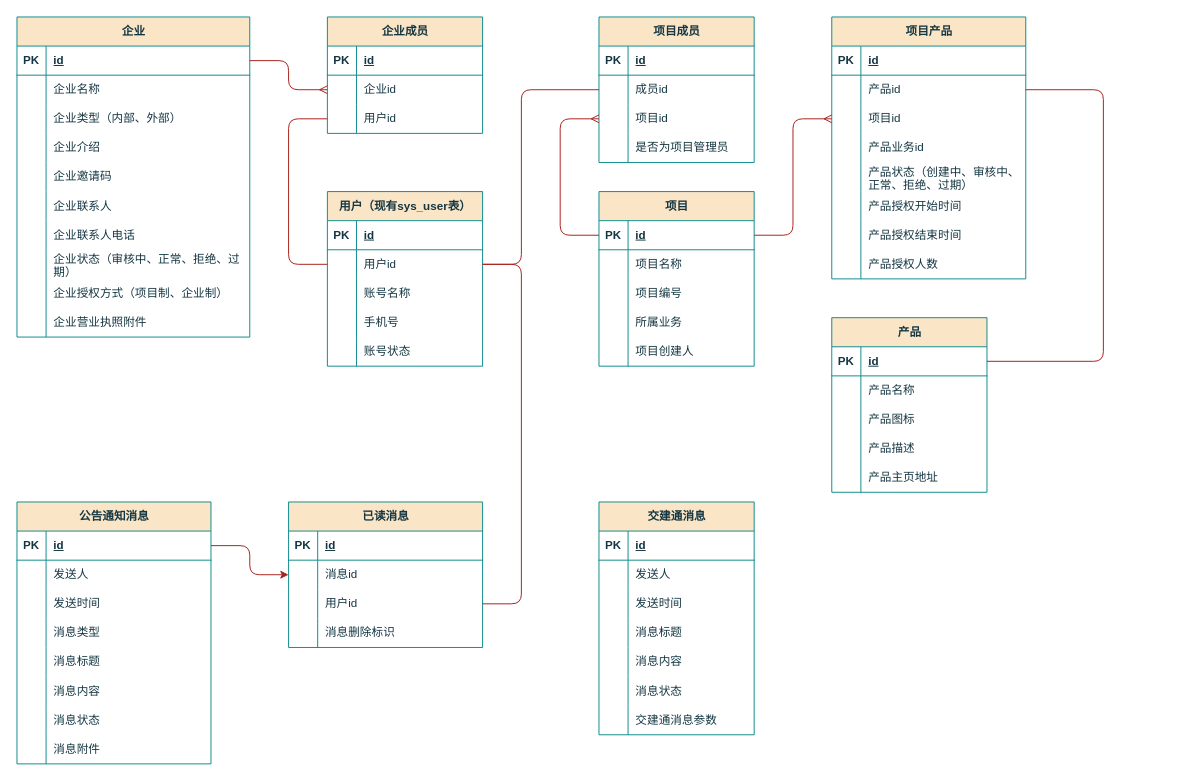
Above: page "E-R图" (1 of 3) of others/产品中心.drawio in Qunz/drawio (draw.io), before the change. Source tidied: cells renumbered, new cells numbered last; positions are measured from the earlier drawing's top-left corner, leaving out a move shared by most shapes. Both pictures are drawn from the tidied source at 97%, with x=0, y=0 at pixel (16, 16).
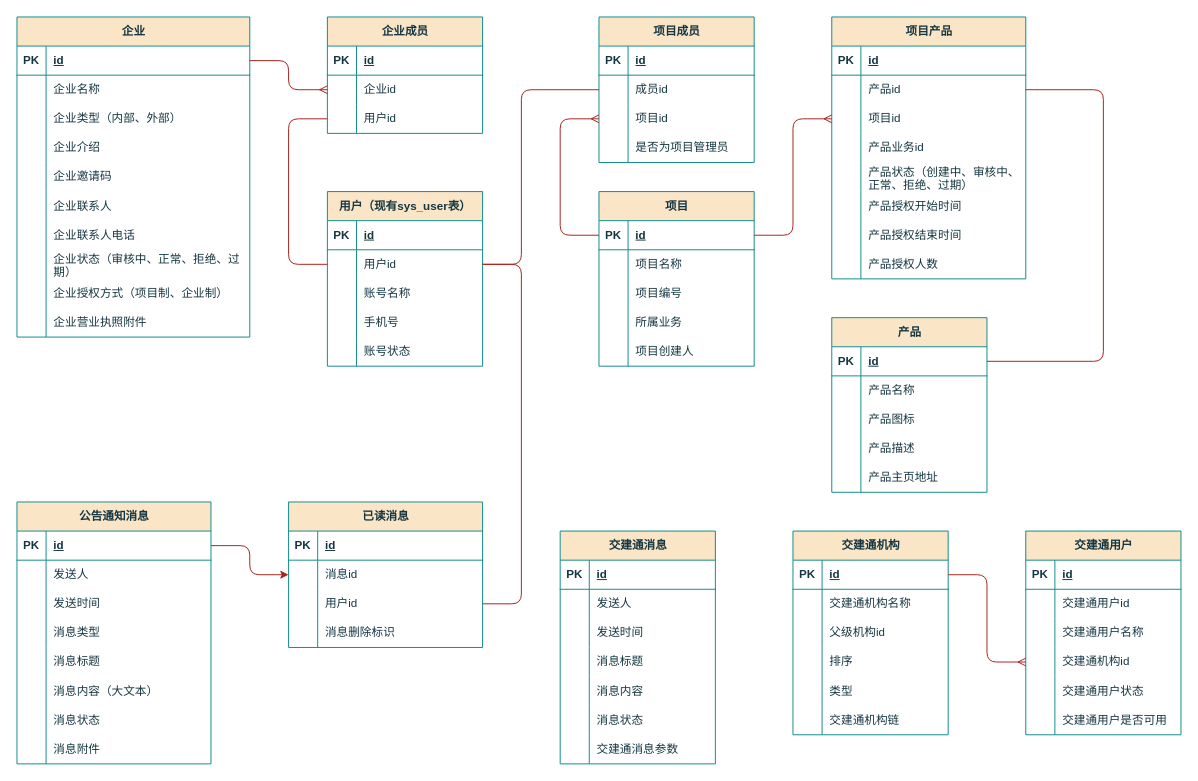
The same page after the edit.

Commit message:
更新产品中心.drawio

The change refers to these unchanged cells:
```xml
<mxCell id="103" style="shape=tableRow;horizontal=0;startSize=0;swimlaneHead=0;swimlaneBody=0;fillColor=none;top=0;left=0;right=0;bottom=0;labelBackgroundColor=none;strokeColor=#0F8B8D;fontColor=#143642;" parent="87" vertex="1">
  <mxGeometry y="180" width="200" height="30" as="geometry" />
</mxCell>
```

What changed in the source:
```diff
@@
-    <mxCell id="105" value="消息内容" style="shape=partialRectangle;fillColor=none;top=0;left=0;bottom=0;right=0;align=left;spacingLeft=6;overflow=hidden;whiteSpace=wrap;html=1;labelBackgroundColor=none;strokeColor=#0F8B8D;fontColor=#143642;" parent="103" vertex="1">
+    <mxCell id="105" value="消息内容（大文本）" style="shape=partialRectangle;fillColor=none;top=0;left=0;bottom=0;right=0;align=left;spacingLeft=6;overflow=hidden;whiteSpace=wrap;html=1;labelBackgroundColor=none;strokeColor=#0F8B8D;fontColor=#143642;" parent="103" vertex="1">
       <mxGeometry x="30" width="170" height="30" as="geometry" />
     </mxCell>
@@
     <mxCell id="142" value="交建通消息" style="shape=table;startSize=30;childLayout=tableLayout;rowLines=0;fontStyle=1;align=center;html=1;labelBackgroundColor=none;fillColor=#FAE5C7;strokeColor=#0F8B8D;fontColor=#143642;" parent="1" vertex="1">
-      <mxGeometry x="600" y="500" width="160" height="240" as="geometry" />
+      <mxGeometry x="560" y="530" width="160" height="240" as="geometry" />
     </mxCell>
@@
+    <mxCell id="197" value="交建通机构" style="shape=table;startSize=30;childLayout=tableLayout;rowLines=0;fontStyle=1;align=center;html=1;labelBackgroundColor=none;fillColor=#FAE5C7;strokeColor=#0F8B8D;fontColor=#143642;" parent="1" vertex="1">
+      <mxGeometry x="800" y="530" width="160" height="210" as="geometry" />
+    </mxCell>
+    <mxCell id="198" style="shape=tableRow;horizontal=0;startSize=0;swimlaneHead=0;swimlaneBody=0;fillColor=none;points=[[0,0.5],[1,0.5]];portConstraint=eastwest;top=0;left=0;right=0;bottom=1;labelBackgroundColor=none;strokeColor=#0F8B8D;fontColor=#143642;" parent="197" vertex="1">
+      <mxGeometry y="30" width="160" height="30" as="geometry" />
+    </mxCell>
+    <mxCell id="199" value="PK" style="shape=partialRectangle;fillColor=none;top=0;left=0;bottom=0;right=0;fontStyle=1;overflow=hidden;whiteSpace=wrap;html=1;labelBackgroundColor=none;strokeColor=#0F8B8D;fontColor=#143642;" parent="198" vertex="1">
+      <mxGeometry width="30" height="30" as="geometry" />
+    </mxCell>
+    <mxCell id="200" value="id" style="shape=partialRectangle;fillColor=none;top=0;left=0;bottom=0;right=0;align=left;spacingLeft=6;fontStyle=5;overflow=hidden;whiteSpace=wrap;html=1;labelBackgroundColor=none;strokeColor=#0F8B8D;fontColor=#143642;" parent="198" vertex="1">
+      <mxGeometry x="30" width="130" height="30" as="geometry" />
+    </mxCell>
+    <mxCell id="201" style="shape=tableRow;horizontal=0;startSize=0;swimlaneHead=0;swimlaneBody=0;fillColor=none;top=0;left=0;right=0;bottom=0;labelBackgroundColor=none;strokeColor=#0F8B8D;fontColor=#143642;" parent="197" vertex="1">
+      <mxGeometry y="60" width="160" height="30" as="geometry" />
+    </mxCell>
+    <mxCell id="202" style="shape=partialRectangle;fillColor=none;top=0;left=0;bottom=0;right=0;overflow=hidden;whiteSpace=wrap;html=1;labelBackgroundColor=none;strokeColor=#0F8B8D;fontColor=#143642;" parent="201" vertex="1">
+      <mxGeometry width="30" height="30" as="geometry" />
+    </mxCell>
+    <mxCell id="203" value="交建通机构名称" style="shape=partialRectangle;fillColor=none;top=0;left=0;bottom=0;right=0;align=left;spacingLeft=6;overflow=hidden;whiteSpace=wrap;html=1;labelBackgroundColor=none;strokeColor=#0F8B8D;fontColor=#143642;" parent="201" vertex="1">
+      <mxGeometry x="30" width="130" height="30" as="geometry" />
+    </mxCell>
+    <mxCell id="204" style="shape=tableRow;horizontal=0;startSize=0;swimlaneHead=0;swimlaneBody=0;fillColor=none;top=0;left=0;right=0;bottom=0;labelBackgroundColor=none;strokeColor=#0F8B8D;fontColor=#143642;" parent="197" vertex="1">
+      <mxGeometry y="90" width="160" height="30" as="geometry" />
+    </mxCell>
+    <mxCell id="205" style="shape=partialRectangle;fillColor=none;top=0;left=0;bottom=0;right=0;overflow=hidden;whiteSpace=wrap;html=1;labelBackgroundColor=none;strokeColor=#0F8B8D;fontColor=#143642;" parent="204" vertex="1">
+      <mxGeometry width="30" height="30" as="geometry" />
+    </mxCell>
+    <mxCell id="206" value="父级机构id" style="shape=partialRectangle;fillColor=none;top=0;left=0;bottom=0;right=0;align=left;spacingLeft=6;overflow=hidden;whiteSpace=wrap;html=1;labelBackgroundColor=none;strokeColor=#0F8B8D;fontColor=#143642;" parent="204" vertex="1">
+      <mxGeometry x="30" width="130" height="30" as="geometry" />
+    </mxCell>
+    <mxCell id="207" style="shape=tableRow;horizontal=0;startSize=0;swimlaneHead=0;swimlaneBody=0;fillColor=none;top=0;left=0;right=0;bottom=0;labelBackgroundColor=none;strokeColor=#0F8B8D;fontColor=#143642;" parent="197" vertex="1">
+      <mxGeometry y="120" width="160" height="30" as="geometry" />
+    </mxCell>
+    <mxCell id="208" style="shape=partialRectangle;fillColor=none;top=0;left=0;bottom=0;right=0;overflow=hidden;whiteSpace=wrap;html=1;labelBackgroundColor=none;strokeColor=#0F8B8D;fontColor=#143642;" parent="207" vertex="1">
+      <mxGeometry width="30" height="30" as="geometry" />
+    </mxCell>
+    <mxCell id="209" value="排序" style="shape=partialRectangle;fillColor=none;top=0;left=0;bottom=0;right=0;align=left;spacingLeft=6;overflow=hidden;whiteSpace=wrap;html=1;labelBackgroundColor=none;strokeColor=#0F8B8D;fontColor=#143642;" parent="207" vertex="1">
+      <mxGeometry x="30" width="130" height="30" as="geometry" />
+    </mxCell>
+    <mxCell id="210" style="shape=tableRow;horizontal=0;startSize=0;swimlaneHead=0;swimlaneBody=0;fillColor=none;top=0;left=0;right=0;bottom=0;labelBackgroundColor=none;strokeColor=#0F8B8D;fontColor=#143642;" parent="197" vertex="1">
+      <mxGeometry y="150" width="160" height="30" as="geometry" />
+    </mxCell>
+    <mxCell id="211" style="shape=partialRectangle;fillColor=none;top=0;left=0;bottom=0;right=0;overflow=hidden;whiteSpace=wrap;html=1;labelBackgroundColor=none;strokeColor=#0F8B8D;fontColor=#143642;" parent="210" vertex="1">
+      <mxGeometry width="30" height="30" as="geometry" />
+    </mxCell>
+    <mxCell id="212" value="类型" style="shape=partialRectangle;fillColor=none;top=0;left=0;bottom=0;right=0;align=left;spacingLeft=6;overflow=hidden;whiteSpace=wrap;html=1;labelBackgroundColor=none;strokeColor=#0F8B8D;fontColor=#143642;" parent="210" vertex="1">
+      <mxGeometry x="30" width="130" height="30" as="geometry" />
+    </mxCell>
+    <mxCell id="213" style="shape=tableRow;horizontal=0;startSize=0;swimlaneHead=0;swimlaneBody=0;fillColor=none;top=0;left=0;right=0;bottom=0;labelBackgroundColor=none;strokeColor=#0F8B8D;fontColor=#143642;" parent="197" vertex="1">
+      <mxGeometry y="180" width="160" height="30" as="geometry" />
+    </mxCell>
+    <mxCell id="214" style="shape=partialRectangle;fillColor=none;top=0;left=0;bottom=0;right=0;overflow=hidden;whiteSpace=wrap;html=1;labelBackgroundColor=none;strokeColor=#0F8B8D;fontColor=#143642;" parent="213" vertex="1">
+      <mxGeometry width="30" height="30" as="geometry" />
+    </mxCell>
+    <mxCell id="215" value="交建通机构链" style="shape=partialRectangle;fillColor=none;top=0;left=0;bottom=0;right=0;align=left;spacingLeft=6;overflow=hidden;whiteSpace=wrap;html=1;labelBackgroundColor=none;strokeColor=#0F8B8D;fontColor=#143642;" parent="213" vertex="1">
+      <mxGeometry x="30" width="130" height="30" as="geometry" />
+    </mxCell>
+    <mxCell id="216" value="交建通用户" style="shape=table;startSize=30;childLayout=tableLayout;rowLines=0;fontStyle=1;align=center;html=1;labelBackgroundColor=none;fillColor=#FAE5C7;strokeColor=#0F8B8D;fontColor=#143642;" parent="1" vertex="1">
+      <mxGeometry x="1040" y="530" width="160" height="210" as="geometry" />
+    </mxCell>
+    <mxCell id="217" style="shape=tableRow;horizontal=0;startSize=0;swimlaneHead=0;swimlaneBody=0;fillColor=none;top=0;left=0;right=0;bottom=1;labelBackgroundColor=none;strokeColor=#0F8B8D;fontColor=#143642;" parent="216" vertex="1">
+      <mxGeometry y="30" width="160" height="30" as="geometry" />
+    </mxCell>
+    <mxCell id="218" value="PK" style="shape=partialRectangle;fillColor=none;top=0;left=0;bottom=0;right=0;fontStyle=1;overflow=hidden;whiteSpace=wrap;html=1;labelBackgroundColor=none;strokeColor=#0F8B8D;fontColor=#143642;" parent="217" vertex="1">
+      <mxGeometry width="30" height="30" as="geometry" />
+    </mxCell>
+    <mxCell id="219" value="id" style="shape=partialRectangle;fillColor=none;top=0;left=0;bottom=0;right=0;align=left;spacingLeft=6;fontStyle=5;overflow=hidden;whiteSpace=wrap;html=1;labelBackgroundColor=none;strokeColor=#0F8B8D;fontColor=#143642;" parent="217" vertex="1">
+      <mxGeometry x="30" width="130" height="30" as="geometry" />
+    </mxCell>
+    <mxCell id="220" style="shape=tableRow;horizontal=0;startSize=0;swimlaneHead=0;swimlaneBody=0;fillColor=none;top=0;left=0;right=0;bottom=0;labelBackgroundColor=none;strokeColor=#0F8B8D;fontColor=#143642;" parent="216" vertex="1">
+      <mxGeometry y="60" width="160" height="30" as="geometry" />
+    </mxCell>
+    <mxCell id="221" style="shape=partialRectangle;fillColor=none;top=0;left=0;bottom=0;right=0;overflow=hidden;whiteSpace=wrap;html=1;labelBackgroundColor=none;strokeColor=#0F8B8D;fontColor=#143642;" parent="220" vertex="1">
+      <mxGeometry width="30" height="30" as="geometry" />
+    </mxCell>
+    <mxCell id="222" value="交建通用户id" style="shape=partialRectangle;fillColor=none;top=0;left=0;bottom=0;right=0;align=left;spacingLeft=6;overflow=hidden;whiteSpace=wrap;html=1;labelBackgroundColor=none;strokeColor=#0F8B8D;fontColor=#143642;" parent="220" vertex="1">
+      <mxGeometry x="30" width="130" height="30" as="geometry" />
+    </mxCell>
+    <mxCell id="223" style="shape=tableRow;horizontal=0;startSize=0;swimlaneHead=0;swimlaneBody=0;fillColor=none;top=0;left=0;right=0;bottom=0;labelBackgroundColor=none;strokeColor=#0F8B8D;fontColor=#143642;" parent="216" vertex="1">
+      <mxGeometry y="90" width="160" height="30" as="geometry" />
+    </mxCell>
+    <mxCell id="224" style="shape=partialRectangle;fillColor=none;top=0;left=0;bottom=0;right=0;overflow=hidden;whiteSpace=wrap;html=1;labelBackgroundColor=none;strokeColor=#0F8B8D;fontColor=#143642;" parent="223" vertex="1">
+      <mxGeometry width="30" height="30" as="geometry" />
+    </mxCell>
+    <mxCell id="225" value="交建通用户名称" style="shape=partialRectangle;fillColor=none;top=0;left=0;bottom=0;right=0;align=left;spacingLeft=6;overflow=hidden;whiteSpace=wrap;html=1;labelBackgroundColor=none;strokeColor=#0F8B8D;fontColor=#143642;" parent="223" vertex="1">
+      <mxGeometry x="30" width="130" height="30" as="geometry" />
+    </mxCell>
+    <mxCell id="226" style="shape=tableRow;horizontal=0;startSize=0;swimlaneHead=0;swimlaneBody=0;fillColor=none;points=[[0,0.5],[1,0.5]];portConstraint=eastwest;top=0;left=0;right=0;bottom=0;labelBackgroundColor=none;strokeColor=#0F8B8D;fontColor=#143642;" parent="216" vertex="1">
+      <mxGeometry y="120" width="160" height="30" as="geometry" />
+    </mxCell>
+    <mxCell id="227" style="shape=partialRectangle;fillColor=none;top=0;left=0;bottom=0;right=0;overflow=hidden;whiteSpace=wrap;html=1;labelBackgroundColor=none;strokeColor=#0F8B8D;fontColor=#143642;" parent="226" vertex="1">
+      <mxGeometry width="30" height="30" as="geometry" />
+    </mxCell>
+    <mxCell id="228" value="交建通机构id" style="shape=partialRectangle;fillColor=none;top=0;left=0;bottom=0;right=0;align=left;spacingLeft=6;overflow=hidden;whiteSpace=wrap;html=1;labelBackgroundColor=none;strokeColor=#0F8B8D;fontColor=#143642;" parent="226" vertex="1">
+      <mxGeometry x="30" width="130" height="30" as="geometry" />
+    </mxCell>
+    <mxCell id="229" style="shape=tableRow;horizontal=0;startSize=0;swimlaneHead=0;swimlaneBody=0;fillColor=none;top=0;left=0;right=0;bottom=0;labelBackgroundColor=none;strokeColor=#0F8B8D;fontColor=#143642;" parent="216" vertex="1">
+      <mxGeometry y="150" width="160" height="30" as="geometry" />
+    </mxCell>
+    <mxCell id="230" style="shape=partialRectangle;fillColor=none;top=0;left=0;bottom=0;right=0;overflow=hidden;whiteSpace=wrap;html=1;labelBackgroundColor=none;strokeColor=#0F8B8D;fontColor=#143642;" parent="229" vertex="1">
+      <mxGeometry width="30" height="30" as="geometry" />
+    </mxCell>
+    <mxCell id="231" value="交建通用户状态" style="shape=partialRectangle;fillColor=none;top=0;left=0;bottom=0;right=0;align=left;spacingLeft=6;overflow=hidden;whiteSpace=wrap;html=1;labelBackgroundColor=none;strokeColor=#0F8B8D;fontColor=#143642;" parent="229" vertex="1">
+      <mxGeometry x="30" width="130" height="30" as="geometry" />
+    </mxCell>
+    <mxCell id="232" style="shape=tableRow;horizontal=0;startSize=0;swimlaneHead=0;swimlaneBody=0;fillColor=none;top=0;left=0;right=0;bottom=0;labelBackgroundColor=none;strokeColor=#0F8B8D;fontColor=#143642;" parent="216" vertex="1">
+      <mxGeometry y="180" width="160" height="30" as="geometry" />
+    </mxCell>
+    <mxCell id="233" style="shape=partialRectangle;fillColor=none;top=0;left=0;bottom=0;right=0;overflow=hidden;whiteSpace=wrap;html=1;labelBackgroundColor=none;strokeColor=#0F8B8D;fontColor=#143642;" parent="232" vertex="1">
+      <mxGeometry width="30" height="30" as="geometry" />
+    </mxCell>
+    <mxCell id="234" value="交建通用户是否可用" style="shape=partialRectangle;fillColor=none;top=0;left=0;bottom=0;right=0;align=left;spacingLeft=6;overflow=hidden;whiteSpace=wrap;html=1;labelBackgroundColor=none;strokeColor=#0F8B8D;fontColor=#143642;" parent="232" vertex="1">
+      <mxGeometry x="30" width="130" height="30" as="geometry" />
+    </mxCell>
+    <mxCell id="235" style="edgeStyle=orthogonalEdgeStyle;rounded=1;jettySize=auto;html=1;labelBackgroundColor=none;strokeColor=#A8201A;fontColor=default;curved=0;endArrow=ERmany;endFill=0;" parent="1" edge="1" source="198" target="226">
+      <mxGeometry relative="1" as="geometry" />
+    </mxCell>
```
